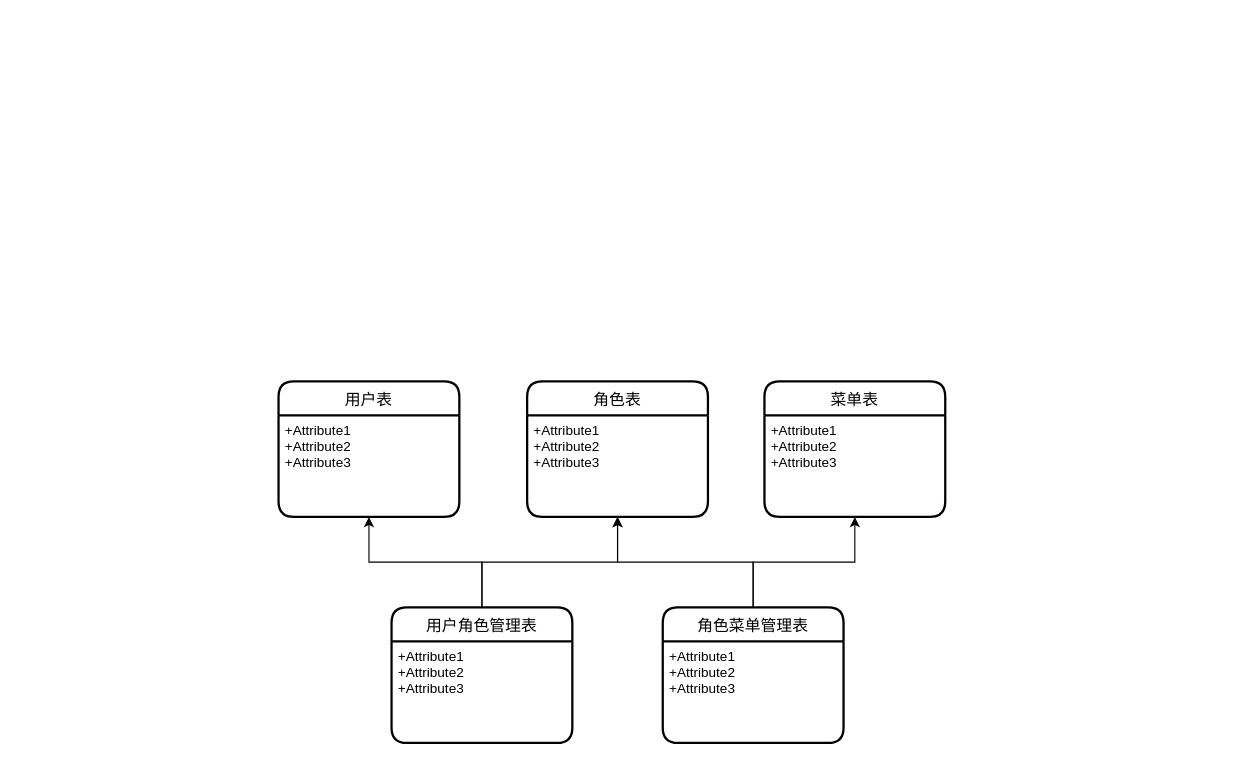
This is page "表结构" (5 of 6) of RuoYi/若依框架.drawio from weihuohuayi/draw.io, a draw.io file, before an edit. Source tidied: cells renumbered, new cells numbered last; positions are measured from the earlier drawing's top-left corner, leaving out a move shared by most shapes. Both pictures are drawn from the tidied source at 113%, with x=0, y=0 at pixel (278, 381).
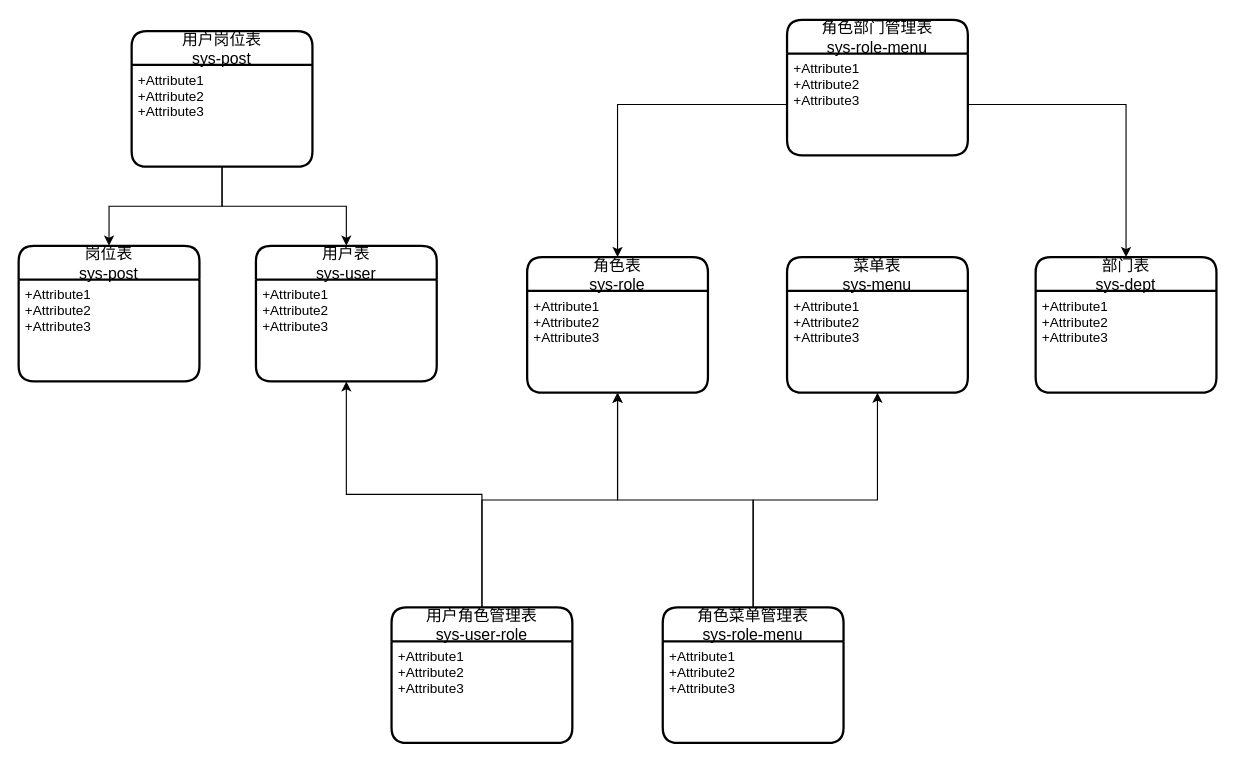
After the change.

Diff of the diagram source:
```diff
@@
-    <mxCell id="2" value="用户表" style="swimlane;horizontal=1;startSize=30;rounded=1;fontSize=14;fontStyle=0;strokeWidth=2;shadow=0;dashed=0;align=center;" parent="1" vertex="1">
-      <mxGeometry width="160" height="120" as="geometry" />
+    <mxCell id="2" value="用户表&#10;sys-user" style="swimlane;horizontal=1;startSize=30;rounded=1;fontSize=14;fontStyle=0;strokeWidth=2;shadow=0;dashed=0;align=center;" parent="1" vertex="1">
+      <mxGeometry x="-20" y="-120" width="160" height="120" as="geometry" />
     </mxCell>
@@
-    <mxCell id="4" value="角色表" style="swimlane;horizontal=1;startSize=30;rounded=1;fontSize=14;fontStyle=0;strokeWidth=2;shadow=0;dashed=0;align=center;" parent="1" vertex="1">
-      <mxGeometry x="220" width="160" height="120" as="geometry" />
+    <mxCell id="4" value="角色表&#10;sys-role" style="swimlane;horizontal=1;startSize=30;rounded=1;fontSize=14;fontStyle=0;strokeWidth=2;shadow=0;dashed=0;align=center;" parent="1" vertex="1">
+      <mxGeometry x="220" y="-110" width="160" height="120" as="geometry" />
     </mxCell>
@@
-    <mxCell id="6" value="菜单表" style="swimlane;horizontal=1;startSize=30;rounded=1;fontSize=14;fontStyle=0;strokeWidth=2;shadow=0;dashed=0;align=center;" parent="1" vertex="1">
-      <mxGeometry x="430" width="160" height="120" as="geometry" />
+    <mxCell id="6" value="菜单表&#10;sys-menu" style="swimlane;horizontal=1;startSize=30;rounded=1;fontSize=14;fontStyle=0;strokeWidth=2;shadow=0;dashed=0;align=center;" parent="1" vertex="1">
+      <mxGeometry x="450" y="-110" width="160" height="120" as="geometry" />
     </mxCell>
@@
-    <mxCell id="10" value="用户角色管理表" style="swimlane;horizontal=1;startSize=30;rounded=1;fontSize=14;fontStyle=0;strokeWidth=2;shadow=0;dashed=0;align=center;" parent="1" vertex="1">
+    <mxCell id="10" value="用户角色管理表&#10;sys-user-role" style="swimlane;horizontal=1;startSize=30;rounded=1;fontSize=14;fontStyle=0;strokeWidth=2;shadow=0;dashed=0;align=center;" parent="1" vertex="1">
       <mxGeometry x="100" y="200" width="160" height="120" as="geometry" />
     </mxCell>
@@
-    <mxCell id="14" value="角色菜单管理表" style="swimlane;horizontal=1;startSize=30;rounded=1;fontSize=14;fontStyle=0;strokeWidth=2;shadow=0;dashed=0;align=center;" parent="1" vertex="1">
+    <mxCell id="14" value="角色菜单管理表&#10;sys-role-menu" style="swimlane;horizontal=1;startSize=30;rounded=1;fontSize=14;fontStyle=0;strokeWidth=2;shadow=0;dashed=0;align=center;" parent="1" vertex="1">
       <mxGeometry x="340" y="200" width="160" height="120" as="geometry" />
     </mxCell>
@@
+    <mxCell id="16" value="部门表&#10;sys-dept" style="swimlane;horizontal=1;startSize=30;rounded=1;fontSize=14;fontStyle=0;strokeWidth=2;shadow=0;dashed=0;align=center;" parent="1" vertex="1">
+      <mxGeometry x="670" y="-110" width="160" height="120" as="geometry" />
+    </mxCell>
+    <mxCell id="17" value="+Attribute1&#10;+Attribute2&#10;+Attribute3" style="align=left;strokeColor=none;fillColor=none;spacingLeft=4;fontSize=12;verticalAlign=top;" parent="16" vertex="1">
+      <mxGeometry y="30" width="160" height="90" as="geometry" />
+    </mxCell>
+    <mxCell id="18" value="角色部门管理表&#10;sys-role-menu" style="swimlane;horizontal=1;startSize=30;rounded=1;fontSize=14;fontStyle=0;strokeWidth=2;shadow=0;dashed=0;align=center;" parent="1" vertex="1">
+      <mxGeometry x="450" y="-320" width="160" height="120" as="geometry" />
+    </mxCell>
+    <mxCell id="19" value="+Attribute1&#10;+Attribute2&#10;+Attribute3" style="align=left;strokeColor=none;fillColor=none;spacingLeft=4;fontSize=12;verticalAlign=top;" parent="18" vertex="1">
+      <mxGeometry y="30" width="160" height="90" as="geometry" />
+    </mxCell>
+    <mxCell id="20" style="edgeStyle=orthogonalEdgeStyle;rounded=0;jettySize=auto;html=1;entryX=0.5;entryY=0;entryDx=0;entryDy=0;" parent="1" edge="1" source="19" target="4">
+      <mxGeometry relative="1" as="geometry" />
+    </mxCell>
+    <mxCell id="21" style="edgeStyle=orthogonalEdgeStyle;rounded=0;jettySize=auto;html=1;" parent="1" edge="1" source="19" target="16">
+      <mxGeometry relative="1" as="geometry" />
+    </mxCell>
+    <mxCell id="22" value="岗位表&#10;sys-post" style="swimlane;horizontal=1;startSize=30;rounded=1;fontSize=14;fontStyle=0;strokeWidth=2;shadow=0;dashed=0;align=center;" parent="1" vertex="1">
+      <mxGeometry x="-230" y="-120" width="160" height="120" as="geometry" />
+    </mxCell>
+    <mxCell id="23" value="+Attribute1&#10;+Attribute2&#10;+Attribute3" style="align=left;strokeColor=none;fillColor=none;spacingLeft=4;fontSize=12;verticalAlign=top;" parent="22" vertex="1">
+      <mxGeometry y="30" width="160" height="90" as="geometry" />
+    </mxCell>
+    <mxCell id="24" value="用户岗位表&#10;sys-post" style="swimlane;horizontal=1;startSize=30;rounded=1;fontSize=14;fontStyle=0;strokeWidth=2;shadow=0;dashed=0;align=center;" parent="1" vertex="1">
+      <mxGeometry x="-130" y="-310" width="160" height="120" as="geometry" />
+    </mxCell>
+    <mxCell id="25" value="+Attribute1&#10;+Attribute2&#10;+Attribute3" style="align=left;strokeColor=none;fillColor=none;spacingLeft=4;fontSize=12;verticalAlign=top;" parent="24" vertex="1">
+      <mxGeometry y="30" width="160" height="90" as="geometry" />
+    </mxCell>
+    <mxCell id="26" style="edgeStyle=orthogonalEdgeStyle;rounded=0;jettySize=auto;html=1;entryX=0.5;entryY=0;entryDx=0;entryDy=0;" parent="1" edge="1" source="25" target="22">
+      <mxGeometry relative="1" as="geometry" />
+    </mxCell>
+    <mxCell id="27" style="edgeStyle=orthogonalEdgeStyle;rounded=0;jettySize=auto;html=1;entryX=0.5;entryY=0;entryDx=0;entryDy=0;" parent="1" edge="1" source="25" target="2">
+      <mxGeometry relative="1" as="geometry" />
+    </mxCell>
```
